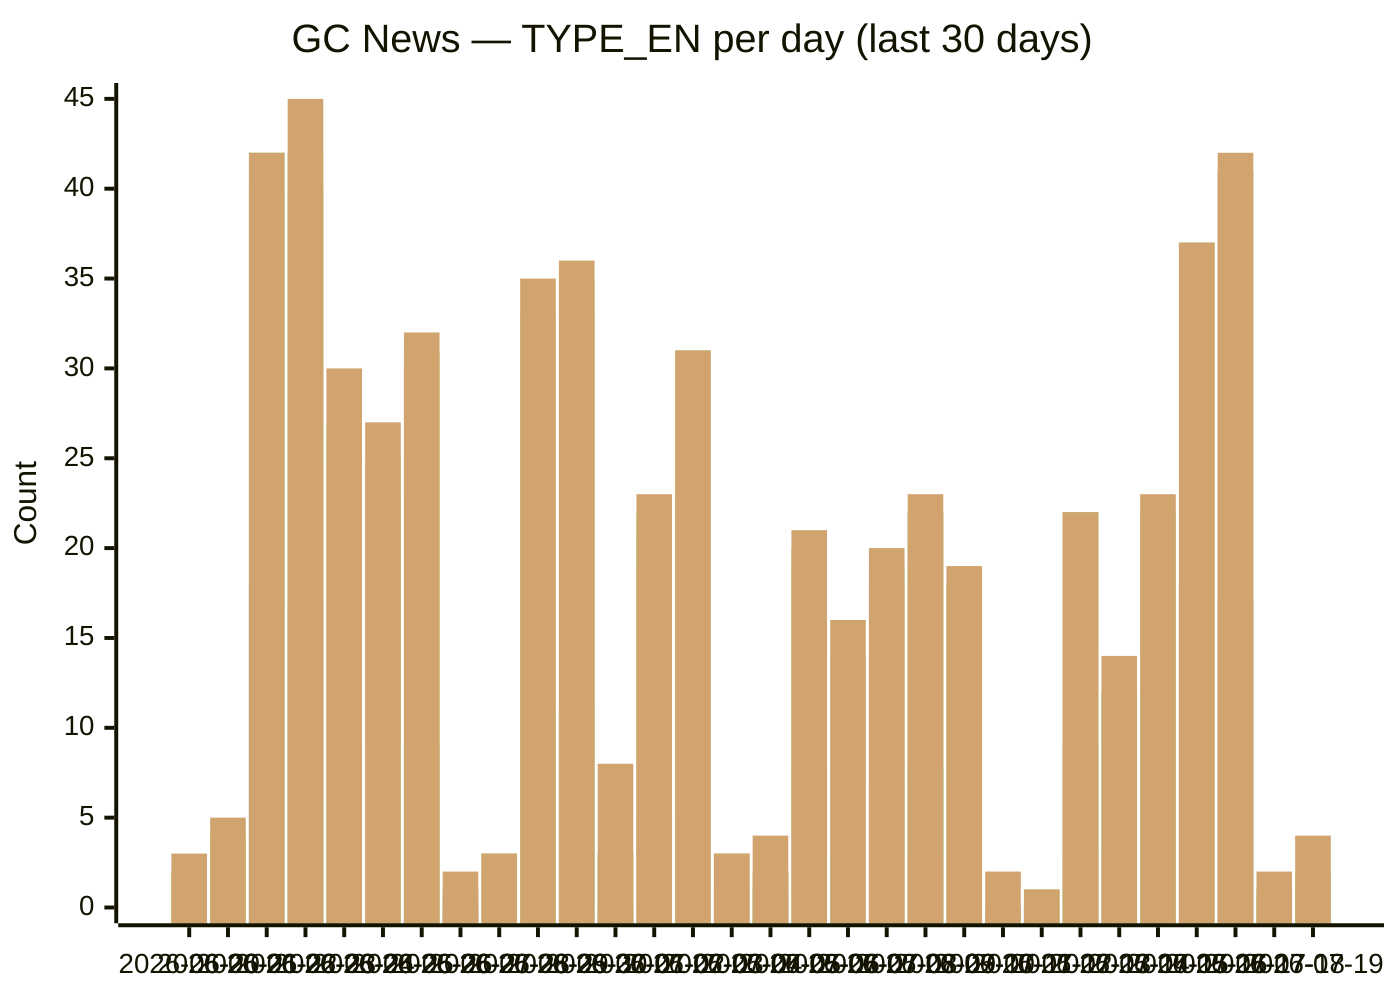
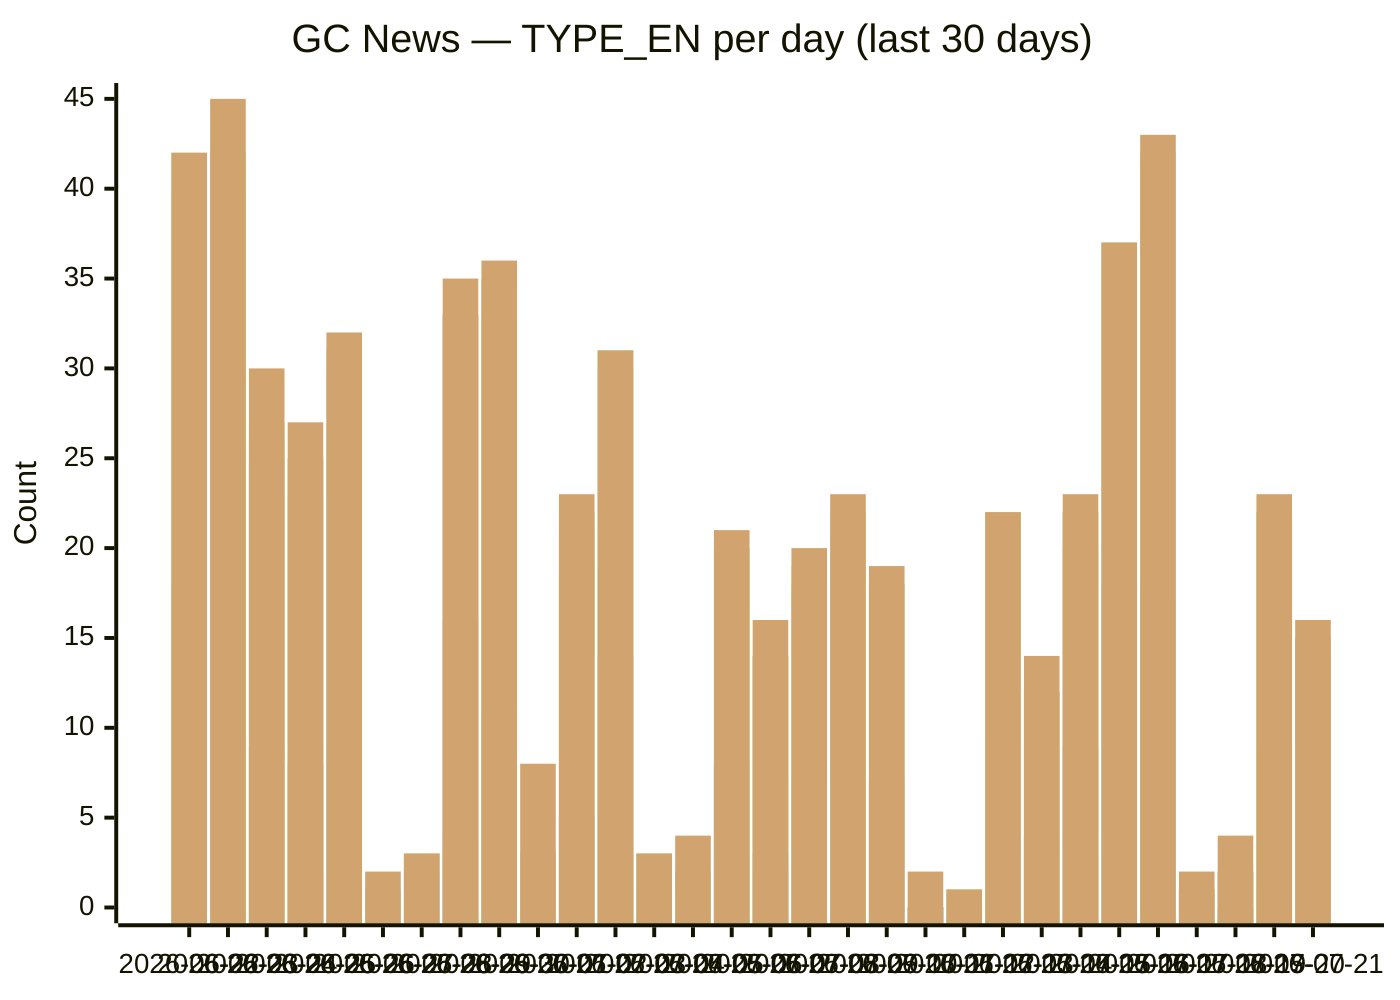
xychart-beta
  title "GC News — TYPE_EN per day (last 30 days)"
-   x-axis [2026-06-20, 2026-06-21, 2026-06-22, 2026-06-23, 2026-06-24, 2026-06-25, 2026-06-26, 2026-06-27, 2026-06-28, 2026-06-29, 2026-06-30, 2026-07-01, 2026-07-02, 2026-07-03, 2026-07-04, 2026-07-05, 2026-07-06, 2026-07-07, 2026-07-08, 2026-07-09, 2026-07-10, 2026-07-11, 2026-07-12, 2026-07-13, 2026-07-14, 2026-07-15, 2026-07-16, 2026-07-17, 2026-07-18, 2026-07-19]
+   x-axis [2026-06-22, 2026-06-23, 2026-06-24, 2026-06-25, 2026-06-26, 2026-06-27, 2026-06-28, 2026-06-29, 2026-06-30, 2026-07-01, 2026-07-02, 2026-07-03, 2026-07-04, 2026-07-05, 2026-07-06, 2026-07-07, 2026-07-08, 2026-07-09, 2026-07-10, 2026-07-11, 2026-07-12, 2026-07-13, 2026-07-14, 2026-07-15, 2026-07-16, 2026-07-17, 2026-07-18, 2026-07-19, 2026-07-20, 2026-07-21]
  y-axis "Count" 0 --> 45
-   bar backgrounders [0, 0, 3, 6, 2, 2, 3, 0, 0, 4, 3, 0, 1, 3, 1, 0, 3, 2, 2, 3, 3, 0, 0, 3, 3, 3, 4, 5, 0, 0]
-   bar "media advisories" [0, 2, 18, 17, 9, 8, 9, 0, 2, 16, 11, 0, 5, 14, 1, 1, 8, 3, 7, 8, 7, 0, 0, 9, 4, 9, 18, 17, 1, 0]
-   bar "news releases" [2, 4, 40, 40, 25, 23, 30, 1, 3, 33, 33, 3, 19, 30, 3, 2, 19, 14, 18, 22, 18, 0, 1, 22, 12, 20, 37, 41, 1, 2]
-   bar readouts [2, 4, 42, 42, 26, 25, 31, 1, 3, 33, 35, 3, 21, 31, 3, 2, 20, 14, 18, 22, 18, 0, 1, 22, 12, 22, 37, 41, 1, 2]
-   bar speeches [2, 4, 42, 42, 27, 25, 31, 1, 3, 33, 35, 3, 22, 31, 3, 2, 20, 14, 19, 22, 18, 0, 1, 22, 12, 22, 37, 41, 1, 2]
-   bar statements [3, 5, 42, 45, 30, 27, 32, 2, 3, 35, 36, 8, 23, 31, 3, 4, 21, 16, 20, 23, 19, 2, 1, 22, 14, 23, 37, 42, 2, 4]
+   bar backgrounders [3, 6, 2, 2, 3, 0, 0, 4, 3, 0, 1, 3, 1, 0, 3, 2, 2, 3, 3, 0, 0, 3, 3, 3, 4, 5, 0, 0, 1, 0]
+   bar "media advisories" [18, 17, 9, 8, 9, 0, 2, 16, 11, 0, 5, 14, 1, 1, 8, 3, 7, 8, 7, 0, 0, 9, 4, 9, 18, 17, 1, 0, 9, 5]
+   bar "news releases" [40, 40, 25, 23, 30, 1, 3, 33, 33, 3, 19, 30, 3, 2, 19, 14, 18, 22, 18, 0, 1, 22, 12, 20, 37, 42, 1, 2, 22, 14]
+   bar readouts [42, 42, 26, 25, 31, 1, 3, 33, 35, 3, 21, 31, 3, 2, 20, 14, 18, 22, 18, 0, 1, 22, 12, 22, 37, 42, 1, 2, 22, 15]
+   bar speeches [42, 42, 27, 25, 31, 1, 3, 33, 35, 3, 22, 31, 3, 2, 20, 14, 19, 22, 18, 0, 1, 22, 12, 22, 37, 42, 1, 2, 22, 15]
+   bar statements [42, 45, 30, 27, 32, 2, 3, 35, 36, 8, 23, 31, 3, 4, 21, 16, 20, 23, 19, 2, 1, 22, 14, 23, 37, 43, 2, 4, 23, 16]
